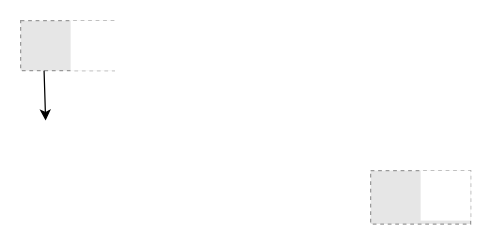
The draw.io diagram Ipari Forradalom 2 technológiai fa.drawio in kpeterr/factorio, before the edit. Source tidied: cells renumbered, new cells numbered last; positions are measured from the earlier drawing's top-left corner, leaving out a move shared by most shapes. Both pictures are drawn from the tidied source at 125%, with x=0, y=0 at pixel (20, 20). Pictures stored in the file or linked from it are replaced by grey dashed boxes.
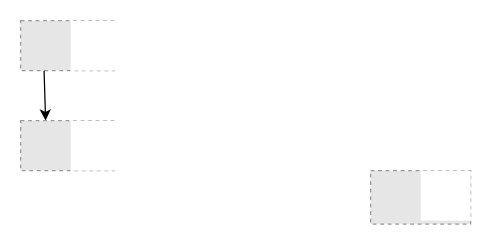
The same page after the edit.

Change to the diagram source:
```diff
@@
 <mxGraphModel>
   <root>
     <mxCell id="0" />
     <mxCell id="1" parent="0" />
     <mxCell id="2" style="group;" parent="1" vertex="1">
       <mxGeometry x="280" y="120" width="80" height="42.7" as="geometry" />
     </mxCell>
     <mxCell id="3" style="fillColor=#E6E6E6;strokeColor=#999999;dashed=1;verticalLabelPosition=bottom;verticalAlign=top;" parent="2" vertex="1">
       <mxGeometry width="80" height="42.7" as="geometry" />
     </mxCell>
     <mxCell id="4" style="whiteSpace=wrap;html=1;strokeColor=none;" parent="2" vertex="1">
       <mxGeometry x="40" width="40" height="40" as="geometry" />
     </mxCell>
     <mxCell id="5" style="group;" parent="1" vertex="1">
       <mxGeometry width="80" height="40" as="geometry" />
     </mxCell>
     <mxCell id="6" style="fillColor=#E6E6E6;strokeColor=#999999;dashed=1;verticalLabelPosition=bottom;verticalAlign=top;" parent="5" vertex="1">
       <mxGeometry width="75" height="40" as="geometry" />
     </mxCell>
     <mxCell id="7" style="whiteSpace=wrap;html=1;strokeColor=none;" parent="5" vertex="1">
       <mxGeometry x="40" width="40" height="40" as="geometry" />
     </mxCell>
     <mxCell id="8" style="endArrow=classic;html=1;rounded=0;exitX=0.25;exitY=1;exitDx=0;exitDy=0;" parent="1" edge="1" source="6">
       <mxGeometry relative="1" as="geometry">
         <mxPoint x="20" y="80" as="targetPoint" />
       </mxGeometry>
     </mxCell>
+    <mxCell id="9" style="fillColor=#E6E6E6;strokeColor=#999999;dashed=1;verticalLabelPosition=bottom;verticalAlign=top;" parent="1" vertex="1">
+      <mxGeometry y="80" width="75" height="40" as="geometry" />
+    </mxCell>
+    <mxCell id="10" style="whiteSpace=wrap;html=1;strokeColor=none;" parent="1" vertex="1">
+      <mxGeometry x="40" y="80" width="40" height="40" as="geometry" />
+    </mxCell>
   </root>
 </mxGraphModel>
```
